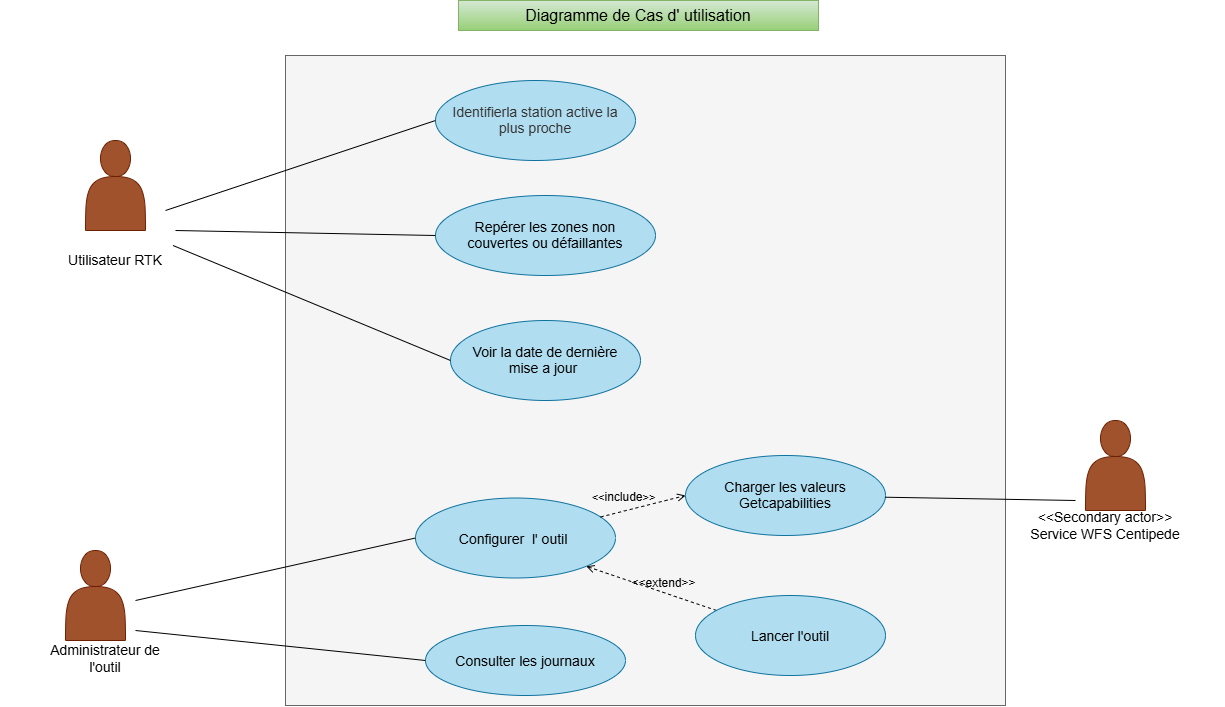
Earlier version of the draw.io export Diagramme de cas d'utilisation.drawio.png (Akatebra/Projet_Info_Voronoi). Source tidied: cells renumbered, new cells last; positions are measured from the earlier drawing's top-left corner, leaving out a move shared by most shapes.
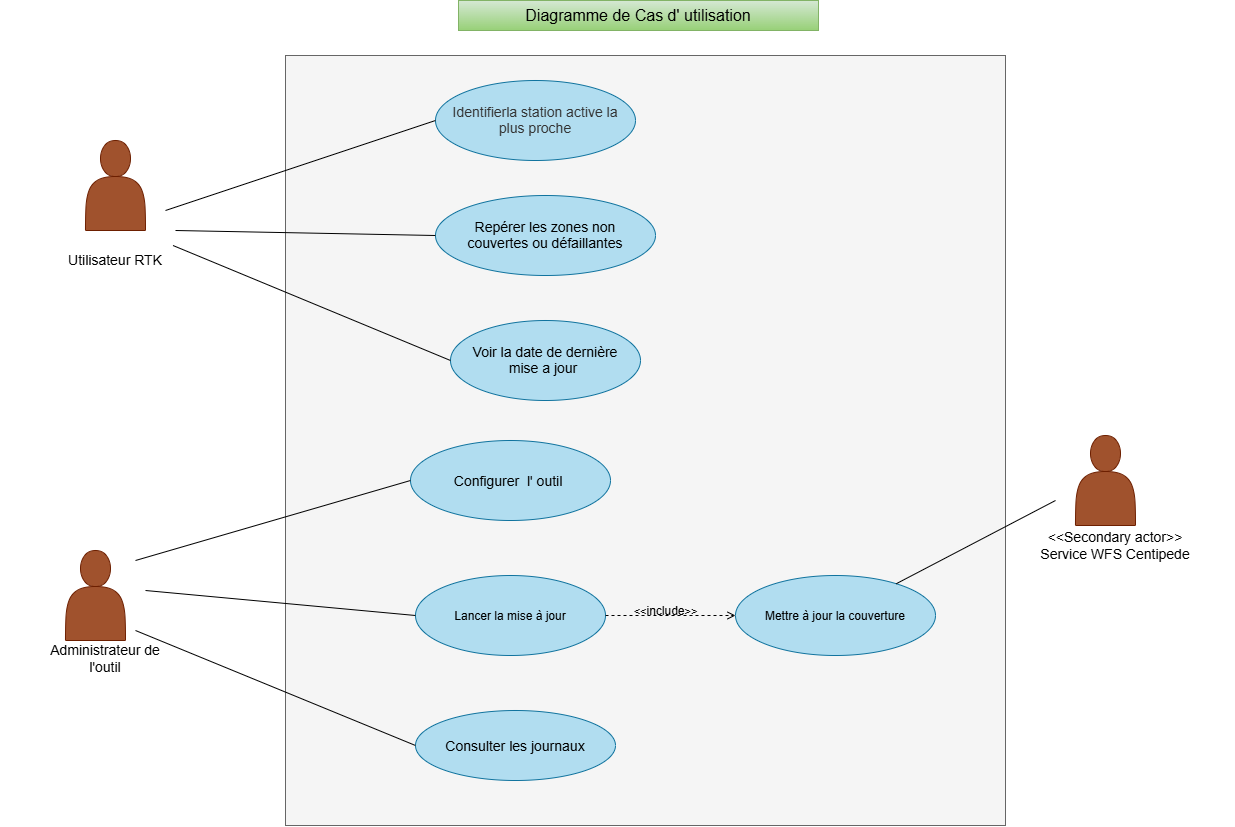
After the commit.

Commit message:
Diagramme de cas d'utilisation.png ajouté

Diff of the diagram source:
```diff
@@ -3,7 +3,7 @@
     <mxCell id="0" />
     <mxCell id="1" parent="0" />
     <mxCell id="2" value="&lt;span style=&quot;color: rgba(0, 0, 0, 0); font-family: monospace; font-size: 1px; text-align: start; white-space: nowrap;&quot;&gt;%3CmxGraphModel%3E%3Croot%3E%3CmxCell%20id%3D%220%22%2F%3E%3CmxCell%20id%3D%221%22%20parent%3D%220%22%2F%3E%3CmxCell%20id%3D%222%22%20parent%3D%221%22%20style%3D%22ellipse%3BwhiteSpace%3Dwrap%3Bhtml%3D1%3BshapeInside%3D1%3BfillColor%3D%23dae8fc%3BstrokeColor%3D%236c8ebf%3B%22%20value%3D%22Configurer%20et%20surveiller%20l'%20outil%26amp%3Bnbsp%3B%22%20vertex%3D%221%22%3E%3CmxGeometry%20height%3D%2255%22%20width%3D%22190%22%20x%3D%22319%22%20y%3D%22630%22%20as%3D%22geometry%22%2F%3E%3C%2FmxCell%3E%3C%2Froot%3E%3C%2FmxGraphModel%3E&lt;/span&gt;" style="rounded=0;whiteSpace=wrap;html=1;rotation=90;fillColor=#f5f5f5;strokeColor=#666666;fontColor=#333333;" parent="1" vertex="1">
-      <mxGeometry x="320" y="20" width="650" height="720" as="geometry" />
+      <mxGeometry x="260" y="80" width="770" height="720" as="geometry" />
     </mxCell>
     <mxCell id="3" style="shape=actor;whiteSpace=wrap;html=1;fillColor=#a0522d;fontColor=#ffffff;strokeColor=#6D1F00;" parent="1" vertex="1">
       <mxGeometry x="85" y="140" width="60" height="90" as="geometry" />
@@ -27,22 +27,19 @@
       <mxGeometry x="45" y="642.5" width="120" height="30" as="geometry" />
     </mxCell>
     <mxCell id="10" value="&lt;font style=&quot;font-size: 14px;&quot;&gt;Configurer&amp;nbsp; l' outil&amp;nbsp;&lt;/font&gt;" style="ellipse;whiteSpace=wrap;html=1;shapeInside=1;fillColor=#b1ddf0;strokeColor=#10739e;" parent="1" vertex="1">
-      <mxGeometry x="415" y="497.5" width="200" height="80" as="geometry" />
+      <mxGeometry x="410" y="440" width="200" height="80" as="geometry" />
     </mxCell>
     <mxCell id="11" value="&lt;font style=&quot;font-size: 14px;&quot;&gt;Consulter les journaux&lt;/font&gt;" style="ellipse;whiteSpace=wrap;html=1;shapeInside=1;fillColor=#b1ddf0;strokeColor=#10739e;" parent="1" vertex="1">
-      <mxGeometry x="425" y="625" width="200" height="70" as="geometry" />
+      <mxGeometry x="415" y="710" width="200" height="70" as="geometry" />
     </mxCell>
-    <mxCell id="12" value="&lt;font style=&quot;font-size: 12px;&quot;&gt;&amp;lt;&amp;lt;extend&amp;gt;&amp;gt;&lt;/font&gt;" style="html=1;verticalAlign=bottom;labelBackgroundColor=none;endArrow=open;endFill=0;dashed=1;rounded=0;defaultLabelBackgroundColor=page;labelPadding=0 4;entryX=1;entryY=1;entryDx=0;entryDy=0;" parent="1" edge="1" source="13" target="10">
-      <mxGeometry x="-0.19" relative="1" as="geometry" />
-    </mxCell>
-    <mxCell id="13" value="&lt;font style=&quot;font-size: 14px;&quot;&gt;Lancer l'outil&lt;/font&gt;" style="ellipse;whiteSpace=wrap;html=1;shapeInside=1;fillColor=#b1ddf0;strokeColor=#10739e;" parent="1" vertex="1">
-      <mxGeometry x="695" y="595" width="190" height="80" as="geometry" />
+    <mxCell id="13" value="Lancer la mise à jour" style="ellipse;whiteSpace=wrap;html=1;shapeInside=1;fillColor=#b1ddf0;strokeColor=#10739e;" parent="1" vertex="1">
+      <mxGeometry x="415" y="575" width="190" height="80" as="geometry" />
     </mxCell>
-    <mxCell id="14" value="&amp;lt;&amp;lt;&lt;font style=&quot;font-size: 12px;&quot;&gt;include&lt;/font&gt;&amp;gt;&amp;gt;" style="html=1;verticalAlign=bottom;labelBackgroundColor=none;endArrow=open;endFill=0;dashed=1;rounded=0;defaultLabelBackgroundColor=page;labelPadding=0 4;entryX=0;entryY=0.5;entryDx=0;entryDy=0;" parent="1" edge="1" source="10" target="15">
-      <mxGeometry x="-0.44" y="4" relative="1" as="geometry" />
+    <mxCell id="14" value="&amp;lt;&amp;lt;&lt;font style=&quot;font-size: 12px;&quot;&gt;include&lt;/font&gt;&amp;gt;&amp;gt;" style="html=1;verticalAlign=bottom;labelBackgroundColor=none;endArrow=open;endFill=0;dashed=1;rounded=0;defaultLabelBackgroundColor=page;labelPadding=0 4;entryX=0;entryY=0.5;entryDx=0;entryDy=0;exitX=1;exitY=0.5;exitDx=0;exitDy=0;" parent="1" edge="1" source="13" target="15">
+      <mxGeometry x="-0.08" y="-5" relative="1" as="geometry" />
     </mxCell>
-    <mxCell id="15" value="&lt;font style=&quot;font-size: 14px;&quot;&gt;Charger les valeurs Getcapabilities&lt;/font&gt;" style="ellipse;whiteSpace=wrap;html=1;shapeInside=1;fillColor=#b1ddf0;strokeColor=#10739e;" parent="1" vertex="1">
-      <mxGeometry x="685" y="455" width="200" height="80" as="geometry" />
+    <mxCell id="15" value="Mettre à jour la couverture" style="ellipse;whiteSpace=wrap;html=1;shapeInside=1;fillColor=#b1ddf0;strokeColor=#10739e;" parent="1" vertex="1">
+      <mxGeometry x="735" y="575" width="200" height="80" as="geometry" />
     </mxCell>
     <mxCell id="16" style="endArrow=none;html=1;rounded=0;defaultLabelBackgroundColor=page;labelPadding=0 4;entryX=0;entryY=0.5;entryDx=0;entryDy=0;" parent="1" edge="1" target="6">
       <mxGeometry relative="1" as="geometry">
@@ -59,7 +56,7 @@
     </mxCell>
     <mxCell id="19" style="endArrow=none;html=1;rounded=0;defaultLabelBackgroundColor=page;labelPadding=0 4;entryX=0;entryY=0.5;entryDx=0;entryDy=0;" parent="1" edge="1" target="10">
       <mxGeometry relative="1" as="geometry">
-        <mxPoint x="135" y="600" as="sourcePoint" />
+        <mxPoint x="135" y="560" as="sourcePoint" />
       </mxGeometry>
     </mxCell>
     <mxCell id="20" style="endArrow=none;html=1;rounded=0;defaultLabelBackgroundColor=page;labelPadding=0 4;entryX=0;entryY=0.5;entryDx=0;entryDy=0;" parent="1" edge="1" target="11">
@@ -68,18 +65,23 @@
       </mxGeometry>
     </mxCell>
     <mxCell id="21" style="shape=actor;whiteSpace=wrap;html=1;fillColor=#a0522d;fontColor=#ffffff;strokeColor=#6D1F00;" parent="1" vertex="1">
-      <mxGeometry x="1085" y="420" width="60" height="90" as="geometry" />
+      <mxGeometry x="1075" y="435" width="60" height="90" as="geometry" />
     </mxCell>
     <mxCell id="22" style="endArrow=none;html=1;rounded=0;defaultLabelBackgroundColor=page;labelPadding=0 4;" parent="1" edge="1" source="15">
       <mxGeometry relative="1" as="geometry">
-        <mxPoint x="1075" y="500" as="targetPoint" />
+        <mxPoint x="1055" y="500" as="targetPoint" />
       </mxGeometry>
     </mxCell>
     <mxCell id="23" value="&lt;font style=&quot;font-size: 14px;&quot;&gt;&amp;lt;&amp;lt;Secondary actor&amp;gt;&amp;gt;&lt;/font&gt;&lt;div&gt;&lt;font style=&quot;font-size: 14px;&quot;&gt;Service WFS Centipede&lt;/font&gt;&lt;/div&gt;" style="text;html=1;whiteSpace=wrap;strokeColor=none;fillColor=none;align=center;verticalAlign=middle;rounded=0;" parent="1" vertex="1">
-      <mxGeometry x="985" y="510" width="240" height="30" as="geometry" />
+      <mxGeometry x="995" y="530" width="240" height="30" as="geometry" />
     </mxCell>
     <mxCell id="24" value="&lt;font style=&quot;font-size: 16px;&quot;&gt;Diagramme de Cas d' utilisation&lt;/font&gt;" style="text;html=1;whiteSpace=wrap;strokeColor=#82b366;fillColor=#d5e8d4;align=center;verticalAlign=middle;rounded=0;gradientColor=#97d077;" parent="1" vertex="1">
       <mxGeometry x="458" width="360" height="30" as="geometry" />
     </mxCell>
+    <mxCell id="25" style="endArrow=none;html=1;rounded=0;defaultLabelBackgroundColor=page;labelPadding=0 4;entryX=0;entryY=0.5;entryDx=0;entryDy=0;" parent="1" edge="1" target="13">
+      <mxGeometry relative="1" as="geometry">
+        <mxPoint x="145" y="590" as="sourcePoint" />
+      </mxGeometry>
+    </mxCell>
   </root>
 </mxGraphModel>
```
